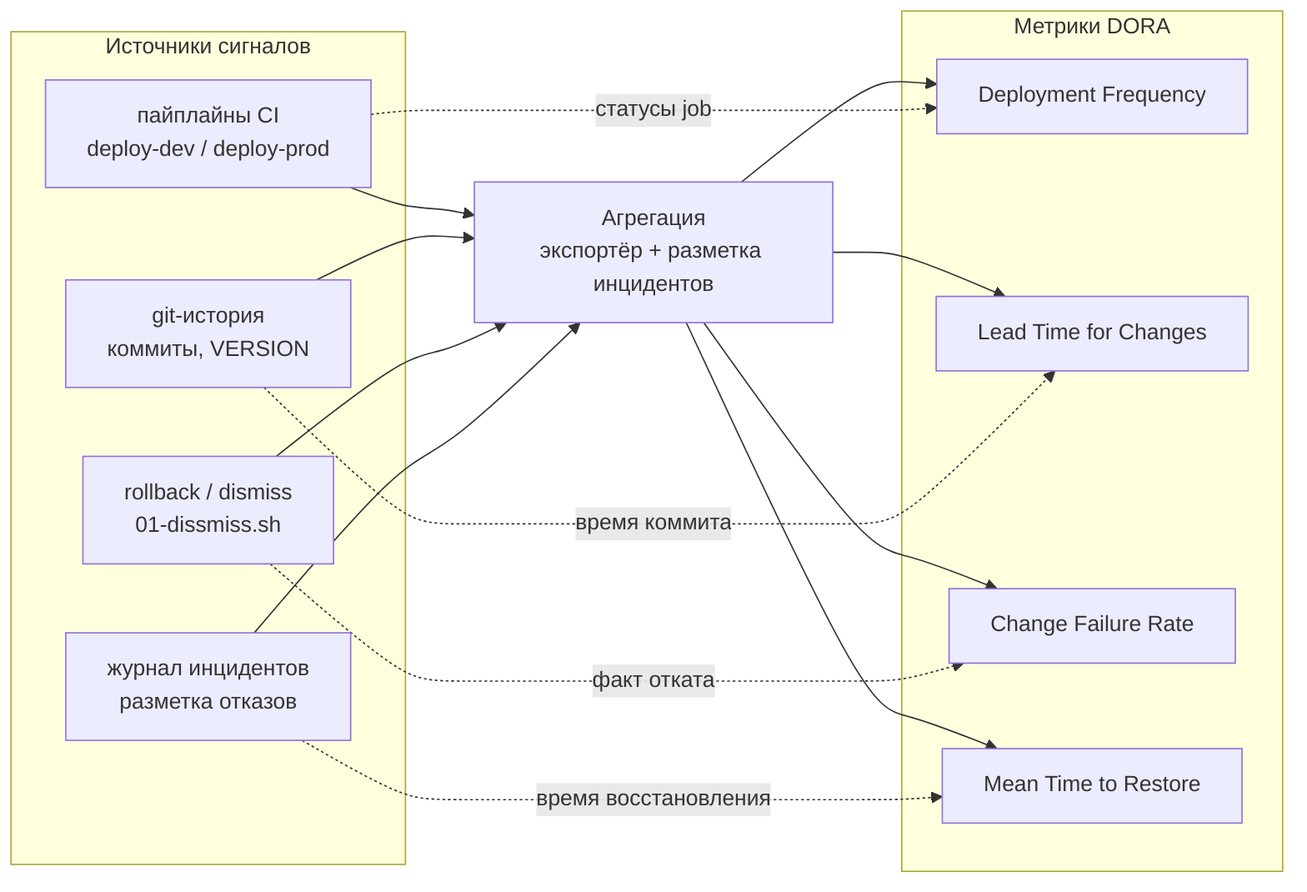
This is docs/pics/dora-flow.png from nedlosster/werf_ci_demo, a Mermaid export, as it was before one commit. Its source is kept beside it as docs/diagrams/dora-flow.mmd.
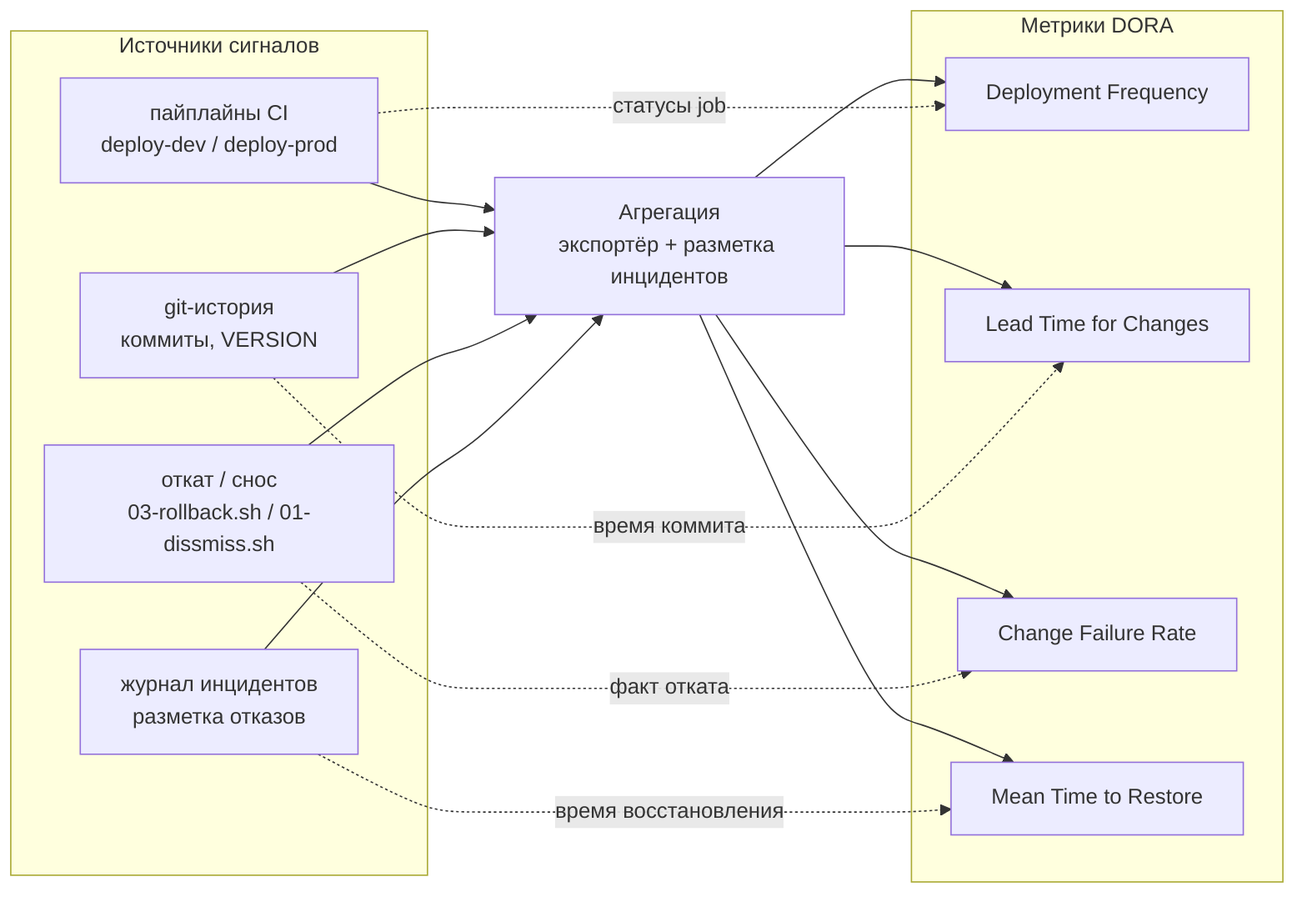
Above is the later version.

What changed in the source:
```diff
@@ -3,7 +3,7 @@
         direction TB
         git["git-история<br/>коммиты, VERSION"]
         pipe["пайплайны CI<br/>deploy-dev / deploy-prod"]
-        roll["rollback / dismiss<br/>01-dissmiss.sh"]
+        roll["откат / снос<br/>03-rollback.sh / 01-dissmiss.sh"]
         inc["журнал инцидентов<br/>разметка отказов"]
     end
 
```
